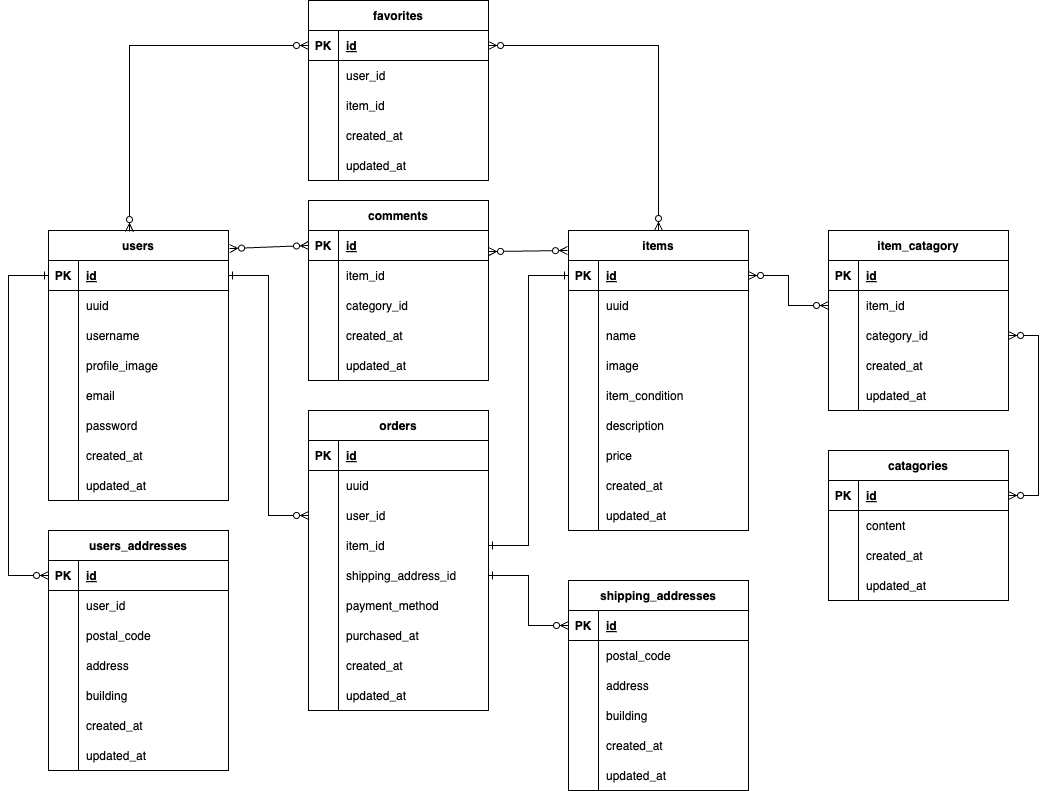
This is erd.png from Koharu5810/flea_market, a draw.io export, as it was before one commit. Source tidied: cells renumbered, new cells last; positions are measured from the earlier drawing's top-left corner, leaving out a move shared by most shapes.
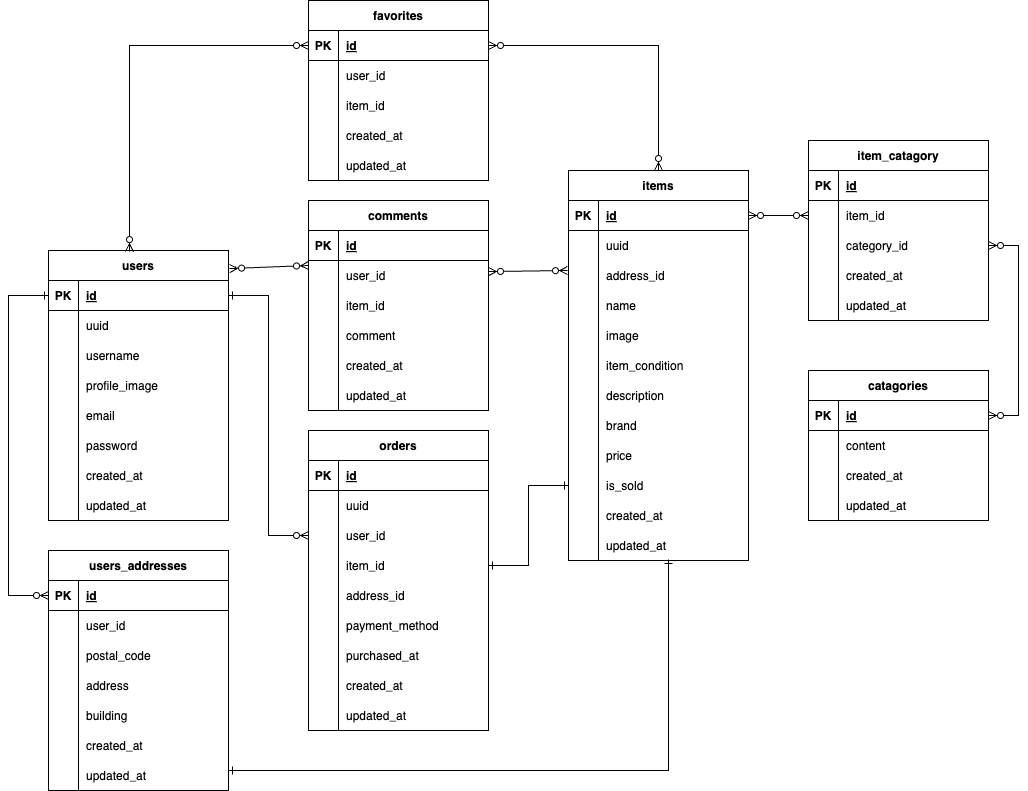
The same diagram one commit later.

The edit, as a diff of the source:
```diff
@@ -2,68 +2,8 @@
   <root>
     <mxCell id="0" />
     <mxCell id="1" parent="0" />
-    <mxCell id="2" value="shipping_addresses" style="shape=table;startSize=30;rowLines=0;fontStyle=1;align=center;" parent="1" vertex="1">
-      <mxGeometry x="560" y="580" width="180" height="210" as="geometry" />
-    </mxCell>
-    <mxCell id="3" style="shape=tableRow;horizontal=0;startSize=0;swimlaneHead=0;swimlaneBody=0;fillColor=none;points=[[0,0.5],[1,0.5]];portConstraint=eastwest;top=0;left=0;right=0;bottom=1;" parent="2" vertex="1">
-      <mxGeometry y="30" width="180" height="30" as="geometry" />
-    </mxCell>
-    <mxCell id="4" value="PK" style="shape=partialRectangle;fillColor=none;top=0;left=0;bottom=0;right=0;fontStyle=1;overflow=hidden;" parent="3" vertex="1">
-      <mxGeometry width="30" height="30" as="geometry" />
-    </mxCell>
-    <mxCell id="5" value="id" style="shape=partialRectangle;fillColor=none;top=0;left=0;bottom=0;right=0;align=left;spacingLeft=6;fontStyle=5;overflow=hidden;" parent="3" vertex="1">
-      <mxGeometry x="30" width="150" height="30" as="geometry" />
-    </mxCell>
-    <mxCell id="6" style="shape=tableRow;horizontal=0;startSize=0;swimlaneHead=0;swimlaneBody=0;fillColor=none;top=0;left=0;right=0;bottom=0;" parent="2" vertex="1">
-      <mxGeometry y="60" width="180" height="30" as="geometry" />
-    </mxCell>
-    <mxCell id="7" style="shape=partialRectangle;fillColor=none;top=0;left=0;bottom=0;right=0;overflow=hidden;" parent="6" vertex="1">
-      <mxGeometry width="30" height="30" as="geometry" />
-    </mxCell>
-    <mxCell id="8" value="postal_code" style="shape=partialRectangle;fillColor=none;top=0;left=0;bottom=0;right=0;align=left;spacingLeft=6;overflow=hidden;" parent="6" vertex="1">
-      <mxGeometry x="30" width="150" height="30" as="geometry" />
-    </mxCell>
-    <mxCell id="9" style="shape=tableRow;horizontal=0;startSize=0;swimlaneHead=0;swimlaneBody=0;fillColor=none;top=0;left=0;right=0;bottom=0;" parent="2" vertex="1">
-      <mxGeometry y="90" width="180" height="30" as="geometry" />
-    </mxCell>
-    <mxCell id="10" style="shape=partialRectangle;fillColor=none;top=0;left=0;bottom=0;right=0;overflow=hidden;" parent="9" vertex="1">
-      <mxGeometry width="30" height="30" as="geometry" />
-    </mxCell>
-    <mxCell id="11" value="address" style="shape=partialRectangle;fillColor=none;top=0;left=0;bottom=0;right=0;align=left;spacingLeft=6;overflow=hidden;" parent="9" vertex="1">
-      <mxGeometry x="30" width="150" height="30" as="geometry" />
-    </mxCell>
-    <mxCell id="12" style="shape=tableRow;horizontal=0;startSize=0;swimlaneHead=0;swimlaneBody=0;fillColor=none;top=0;left=0;right=0;bottom=0;" parent="2" vertex="1">
-      <mxGeometry y="120" width="180" height="30" as="geometry" />
-    </mxCell>
-    <mxCell id="13" style="shape=partialRectangle;fillColor=none;top=0;left=0;bottom=0;right=0;overflow=hidden;" parent="12" vertex="1">
-      <mxGeometry width="30" height="30" as="geometry" />
-    </mxCell>
-    <mxCell id="14" value="building" style="shape=partialRectangle;fillColor=none;top=0;left=0;bottom=0;right=0;align=left;spacingLeft=6;overflow=hidden;" parent="12" vertex="1">
-      <mxGeometry x="30" width="150" height="30" as="geometry" />
-    </mxCell>
-    <mxCell id="15" style="shape=tableRow;horizontal=0;startSize=0;swimlaneHead=0;swimlaneBody=0;fillColor=none;top=0;left=0;right=0;bottom=0;" parent="2" vertex="1">
-      <mxGeometry y="150" width="180" height="30" as="geometry" />
-    </mxCell>
-    <mxCell id="16" style="shape=partialRectangle;fillColor=none;top=0;left=0;bottom=0;right=0;overflow=hidden;" parent="15" vertex="1">
-      <mxGeometry width="30" height="30" as="geometry" />
-    </mxCell>
-    <mxCell id="17" value="created_at" style="shape=partialRectangle;fillColor=none;top=0;left=0;bottom=0;right=0;align=left;spacingLeft=6;overflow=hidden;" parent="15" vertex="1">
-      <mxGeometry x="30" width="150" height="30" as="geometry" />
-    </mxCell>
-    <mxCell id="18" style="shape=tableRow;horizontal=0;startSize=0;swimlaneHead=0;swimlaneBody=0;fillColor=none;top=0;left=0;right=0;bottom=0;" parent="2" vertex="1">
-      <mxGeometry y="180" width="180" height="30" as="geometry" />
-    </mxCell>
-    <mxCell id="19" style="shape=partialRectangle;fillColor=none;top=0;left=0;bottom=0;right=0;overflow=hidden;" parent="18" vertex="1">
-      <mxGeometry width="30" height="30" as="geometry" />
-    </mxCell>
-    <mxCell id="20" value="updated_at" style="shape=partialRectangle;fillColor=none;top=0;left=0;bottom=0;right=0;align=left;spacingLeft=6;overflow=hidden;" parent="18" vertex="1">
-      <mxGeometry x="30" width="150" height="30" as="geometry" />
-    </mxCell>
-    <mxCell id="21" style="edgeStyle=orthogonalEdgeStyle;fontSize=12;html=1;endArrow=ERzeroToMany;startArrow=ERone;entryX=0;entryY=0.5;entryDx=0;entryDy=0;exitX=1;exitY=0.5;exitDx=0;exitDy=0;rounded=0;endFill=0;startFill=0;" parent="1" edge="1" source="136" target="3">
-      <mxGeometry relative="1" as="geometry" />
-    </mxCell>
     <mxCell id="22" value="catagories" style="shape=table;startSize=30;rowLines=0;fontStyle=1;align=center;" parent="1" vertex="1">
-      <mxGeometry x="820" y="450" width="180" height="150" as="geometry" />
+      <mxGeometry x="800" y="350" width="180" height="150" as="geometry" />
     </mxCell>
     <mxCell id="23" style="shape=tableRow;horizontal=0;startSize=0;swimlaneHead=0;swimlaneBody=0;fillColor=none;points=[[0,0.5],[1,0.5]];portConstraint=eastwest;top=0;left=0;right=0;bottom=1;" parent="22" vertex="1">
       <mxGeometry y="30" width="180" height="30" as="geometry" />
@@ -104,16 +44,16 @@
     <mxCell id="35" style="edgeStyle=orthogonalEdgeStyle;html=1;exitX=1;exitY=0.5;exitDx=0;exitDy=0;entryX=1;entryY=0.5;entryDx=0;entryDy=0;startArrow=ERzeroToMany;startFill=0;endArrow=ERzeroToMany;endFill=0;rounded=0;" parent="1" edge="1" source="72" target="23">
       <mxGeometry relative="1" as="geometry">
         <Array as="points">
-          <mxPoint x="1030" y="335" />
-          <mxPoint x="1030" y="495" />
+          <mxPoint x="1010" y="225" />
+          <mxPoint x="1010" y="395" />
         </Array>
       </mxGeometry>
     </mxCell>
-    <mxCell id="36" style="edgeStyle=orthogonalEdgeStyle;html=1;exitX=1;exitY=0.5;exitDx=0;exitDy=0;entryX=0;entryY=0.5;entryDx=0;entryDy=0;startArrow=ERone;startFill=0;endArrow=ERone;endFill=0;rounded=0;" parent="1" edge="1" source="133" target="38">
+    <mxCell id="36" style="edgeStyle=orthogonalEdgeStyle;html=1;exitX=1;exitY=0.5;exitDx=0;exitDy=0;entryX=0;entryY=0.5;entryDx=0;entryDy=0;startArrow=ERone;startFill=0;endArrow=ERone;endFill=0;rounded=0;" parent="1" edge="1" source="133" target="200">
       <mxGeometry relative="1" as="geometry" />
     </mxCell>
     <mxCell id="37" value="items" style="shape=table;startSize=30;rowLines=0;fontStyle=1;align=center;" parent="1" vertex="1">
-      <mxGeometry x="560" y="230" width="180" height="300" as="geometry" />
+      <mxGeometry x="560" y="150" width="180" height="390" as="geometry" />
     </mxCell>
     <mxCell id="38" style="shape=tableRow;horizontal=0;startSize=0;swimlaneHead=0;swimlaneBody=0;fillColor=none;points=[[0,0.5],[1,0.5]];portConstraint=eastwest;top=0;left=0;right=0;bottom=1;" parent="37" vertex="1">
       <mxGeometry y="30" width="180" height="30" as="geometry" />
@@ -133,8 +73,17 @@
     <mxCell id="43" value="uuid" style="shape=partialRectangle;fillColor=none;top=0;left=0;bottom=0;right=0;align=left;spacingLeft=6;overflow=hidden;" parent="41" vertex="1">
       <mxGeometry x="30" width="150" height="30" as="geometry" />
     </mxCell>
+    <mxCell id="9" style="shape=tableRow;horizontal=0;startSize=0;swimlaneHead=0;swimlaneBody=0;fillColor=none;top=0;left=0;right=0;bottom=0;" parent="37" vertex="1">
+      <mxGeometry y="90" width="180" height="30" as="geometry" />
+    </mxCell>
+    <mxCell id="195" style="shape=partialRectangle;fillColor=none;top=0;left=0;bottom=0;right=0;overflow=hidden;" parent="9" vertex="1">
+      <mxGeometry width="30" height="30" as="geometry" />
+    </mxCell>
+    <mxCell id="196" value="address_id" style="shape=partialRectangle;fillColor=none;top=0;left=0;bottom=0;right=0;align=left;spacingLeft=6;overflow=hidden;" parent="9" vertex="1">
+      <mxGeometry x="30" width="150" height="30" as="geometry" />
+    </mxCell>
     <mxCell id="44" style="shape=tableRow;horizontal=0;startSize=0;swimlaneHead=0;swimlaneBody=0;fillColor=none;top=0;left=0;right=0;bottom=0;" parent="37" vertex="1">
-      <mxGeometry y="90" width="180" height="30" as="geometry" />
+      <mxGeometry y="120" width="180" height="30" as="geometry" />
     </mxCell>
     <mxCell id="45" style="shape=partialRectangle;fillColor=none;top=0;left=0;bottom=0;right=0;overflow=hidden;" parent="44" vertex="1">
       <mxGeometry width="30" height="30" as="geometry" />
@@ -143,7 +92,7 @@
       <mxGeometry x="30" width="150" height="30" as="geometry" />
     </mxCell>
     <mxCell id="47" style="shape=tableRow;horizontal=0;startSize=0;swimlaneHead=0;swimlaneBody=0;fillColor=none;top=0;left=0;right=0;bottom=0;" parent="37" vertex="1">
-      <mxGeometry y="120" width="180" height="30" as="geometry" />
+      <mxGeometry y="150" width="180" height="30" as="geometry" />
     </mxCell>
     <mxCell id="48" style="shape=partialRectangle;fillColor=none;top=0;left=0;bottom=0;right=0;overflow=hidden;" parent="47" vertex="1">
       <mxGeometry width="30" height="30" as="geometry" />
@@ -152,7 +101,7 @@
       <mxGeometry x="30" width="150" height="30" as="geometry" />
     </mxCell>
     <mxCell id="50" style="shape=tableRow;horizontal=0;startSize=0;swimlaneHead=0;swimlaneBody=0;fillColor=none;top=0;left=0;right=0;bottom=0;" parent="37" vertex="1">
-      <mxGeometry y="150" width="180" height="30" as="geometry" />
+      <mxGeometry y="180" width="180" height="30" as="geometry" />
     </mxCell>
     <mxCell id="51" style="shape=partialRectangle;fillColor=none;top=0;left=0;bottom=0;right=0;overflow=hidden;" parent="50" vertex="1">
       <mxGeometry width="30" height="30" as="geometry" />
@@ -161,7 +110,7 @@
       <mxGeometry x="30" width="150" height="30" as="geometry" />
     </mxCell>
     <mxCell id="53" style="shape=tableRow;horizontal=0;startSize=0;swimlaneHead=0;swimlaneBody=0;fillColor=none;top=0;left=0;right=0;bottom=0;" parent="37" vertex="1">
-      <mxGeometry y="180" width="180" height="30" as="geometry" />
+      <mxGeometry y="210" width="180" height="30" as="geometry" />
     </mxCell>
     <mxCell id="54" style="shape=partialRectangle;fillColor=none;top=0;left=0;bottom=0;right=0;overflow=hidden;" parent="53" vertex="1">
       <mxGeometry width="30" height="30" as="geometry" />
@@ -169,8 +118,17 @@
     <mxCell id="55" value="description" style="shape=partialRectangle;fillColor=none;top=0;left=0;bottom=0;right=0;align=left;spacingLeft=6;overflow=hidden;" parent="53" vertex="1">
       <mxGeometry x="30" width="150" height="30" as="geometry" />
     </mxCell>
+    <mxCell id="197" style="shape=tableRow;horizontal=0;startSize=0;swimlaneHead=0;swimlaneBody=0;fillColor=none;top=0;left=0;right=0;bottom=0;" parent="37" vertex="1">
+      <mxGeometry y="240" width="180" height="30" as="geometry" />
+    </mxCell>
+    <mxCell id="198" style="shape=partialRectangle;fillColor=none;top=0;left=0;bottom=0;right=0;overflow=hidden;" parent="197" vertex="1">
+      <mxGeometry width="30" height="30" as="geometry" />
+    </mxCell>
+    <mxCell id="199" value="brand" style="shape=partialRectangle;fillColor=none;top=0;left=0;bottom=0;right=0;align=left;spacingLeft=6;overflow=hidden;" parent="197" vertex="1">
+      <mxGeometry x="30" width="150" height="30" as="geometry" />
+    </mxCell>
     <mxCell id="56" style="shape=tableRow;horizontal=0;startSize=0;swimlaneHead=0;swimlaneBody=0;fillColor=none;top=0;left=0;right=0;bottom=0;" parent="37" vertex="1">
-      <mxGeometry y="210" width="180" height="30" as="geometry" />
+      <mxGeometry y="270" width="180" height="30" as="geometry" />
     </mxCell>
     <mxCell id="57" style="shape=partialRectangle;fillColor=none;top=0;left=0;bottom=0;right=0;overflow=hidden;" parent="56" vertex="1">
       <mxGeometry width="30" height="30" as="geometry" />
@@ -178,8 +136,17 @@
     <mxCell id="58" value="price" style="shape=partialRectangle;fillColor=none;top=0;left=0;bottom=0;right=0;align=left;spacingLeft=6;overflow=hidden;" parent="56" vertex="1">
       <mxGeometry x="30" width="150" height="30" as="geometry" />
     </mxCell>
+    <mxCell id="200" style="shape=tableRow;horizontal=0;startSize=0;swimlaneHead=0;swimlaneBody=0;fillColor=none;points=[[0,0.5],[1,0.5]];portConstraint=eastwest;top=0;left=0;right=0;bottom=0;" parent="37" vertex="1">
+      <mxGeometry y="300" width="180" height="30" as="geometry" />
+    </mxCell>
+    <mxCell id="201" style="shape=partialRectangle;fillColor=none;top=0;left=0;bottom=0;right=0;overflow=hidden;" parent="200" vertex="1">
+      <mxGeometry width="30" height="30" as="geometry" />
+    </mxCell>
+    <mxCell id="202" value="is_sold" style="shape=partialRectangle;fillColor=none;top=0;left=0;bottom=0;right=0;align=left;spacingLeft=6;overflow=hidden;" parent="200" vertex="1">
+      <mxGeometry x="30" width="150" height="30" as="geometry" />
+    </mxCell>
     <mxCell id="59" style="shape=tableRow;horizontal=0;startSize=0;swimlaneHead=0;swimlaneBody=0;fillColor=none;top=0;left=0;right=0;bottom=0;" parent="37" vertex="1">
-      <mxGeometry y="240" width="180" height="30" as="geometry" />
+      <mxGeometry y="330" width="180" height="30" as="geometry" />
     </mxCell>
     <mxCell id="60" style="shape=partialRectangle;fillColor=none;top=0;left=0;bottom=0;right=0;overflow=hidden;" parent="59" vertex="1">
       <mxGeometry width="30" height="30" as="geometry" />
@@ -188,7 +155,7 @@
       <mxGeometry x="30" width="150" height="30" as="geometry" />
     </mxCell>
     <mxCell id="62" style="shape=tableRow;horizontal=0;startSize=0;swimlaneHead=0;swimlaneBody=0;fillColor=none;points=[[0,0.5],[1,0.5]];portConstraint=eastwest;top=0;left=0;right=0;bottom=0;" parent="37" vertex="1">
-      <mxGeometry y="270" width="180" height="30" as="geometry" />
+      <mxGeometry y="360" width="180" height="30" as="geometry" />
     </mxCell>
     <mxCell id="63" style="shape=partialRectangle;fillColor=none;top=0;left=0;bottom=0;right=0;overflow=hidden;" parent="62" vertex="1">
       <mxGeometry width="30" height="30" as="geometry" />
@@ -197,7 +164,7 @@
       <mxGeometry x="30" width="150" height="30" as="geometry" />
     </mxCell>
     <mxCell id="65" value="item_catagory" style="shape=table;startSize=30;rowLines=0;fontStyle=1;align=center;" parent="1" vertex="1">
-      <mxGeometry x="820" y="230" width="180" height="180" as="geometry" />
+      <mxGeometry x="800" y="120" width="180" height="180" as="geometry" />
     </mxCell>
     <mxCell id="66" style="shape=tableRow;horizontal=0;startSize=0;swimlaneHead=0;swimlaneBody=0;fillColor=none;top=0;left=0;right=0;bottom=1;" parent="65" vertex="1">
       <mxGeometry y="30" width="180" height="30" as="geometry" />
@@ -248,7 +215,7 @@
       <mxGeometry relative="1" as="geometry" />
     </mxCell>
     <mxCell id="82" value="comments" style="shape=table;startSize=30;rowLines=0;fontStyle=1;align=center;" parent="1" vertex="1">
-      <mxGeometry x="300" y="200" width="180" height="180" as="geometry" />
+      <mxGeometry x="300" y="180" width="180" height="210" as="geometry" />
     </mxCell>
     <mxCell id="83" style="shape=tableRow;horizontal=0;startSize=0;swimlaneHead=0;swimlaneBody=0;fillColor=none;top=0;left=0;right=0;bottom=1;" parent="82" vertex="1">
       <mxGeometry y="30" width="180" height="30" as="geometry" />
@@ -265,7 +232,7 @@
     <mxCell id="87" style="shape=partialRectangle;fillColor=none;top=0;left=0;bottom=0;right=0;overflow=hidden;" parent="86" vertex="1">
       <mxGeometry width="30" height="30" as="geometry" />
     </mxCell>
-    <mxCell id="88" value="item_id" style="shape=partialRectangle;fillColor=none;top=0;left=0;bottom=0;right=0;align=left;spacingLeft=6;overflow=hidden;" parent="86" vertex="1">
+    <mxCell id="88" value="user_id" style="shape=partialRectangle;fillColor=none;top=0;left=0;bottom=0;right=0;align=left;spacingLeft=6;overflow=hidden;" parent="86" vertex="1">
       <mxGeometry x="30" width="150" height="30" as="geometry" />
     </mxCell>
     <mxCell id="89" style="shape=tableRow;horizontal=0;startSize=0;swimlaneHead=0;swimlaneBody=0;fillColor=none;top=0;left=0;right=0;bottom=0;" parent="82" vertex="1">
@@ -274,11 +241,20 @@
     <mxCell id="90" style="shape=partialRectangle;fillColor=none;top=0;left=0;bottom=0;right=0;overflow=hidden;" parent="89" vertex="1">
       <mxGeometry width="30" height="30" as="geometry" />
     </mxCell>
-    <mxCell id="91" value="category_id" style="shape=partialRectangle;fillColor=none;top=0;left=0;bottom=0;right=0;align=left;spacingLeft=6;overflow=hidden;" parent="89" vertex="1">
+    <mxCell id="91" value="item_id" style="shape=partialRectangle;fillColor=none;top=0;left=0;bottom=0;right=0;align=left;spacingLeft=6;overflow=hidden;" parent="89" vertex="1">
       <mxGeometry x="30" width="150" height="30" as="geometry" />
     </mxCell>
+    <mxCell id="12" style="shape=tableRow;horizontal=0;startSize=0;swimlaneHead=0;swimlaneBody=0;fillColor=none;top=0;left=0;right=0;bottom=0;" parent="82" vertex="1">
+      <mxGeometry y="120" width="180" height="30" as="geometry" />
+    </mxCell>
+    <mxCell id="203" style="shape=partialRectangle;fillColor=none;top=0;left=0;bottom=0;right=0;overflow=hidden;" parent="12" vertex="1">
+      <mxGeometry width="30" height="30" as="geometry" />
+    </mxCell>
+    <mxCell id="204" value="comment" style="shape=partialRectangle;fillColor=none;top=0;left=0;bottom=0;right=0;align=left;spacingLeft=6;overflow=hidden;" parent="12" vertex="1">
+      <mxGeometry x="30" width="150" height="30" as="geometry" />
+    </mxCell>
     <mxCell id="92" style="shape=tableRow;horizontal=0;startSize=0;swimlaneHead=0;swimlaneBody=0;fillColor=none;top=0;left=0;right=0;bottom=0;" parent="82" vertex="1">
-      <mxGeometry y="120" width="180" height="30" as="geometry" />
+      <mxGeometry y="150" width="180" height="30" as="geometry" />
     </mxCell>
     <mxCell id="93" style="shape=partialRectangle;fillColor=none;top=0;left=0;bottom=0;right=0;overflow=hidden;" parent="92" vertex="1">
       <mxGeometry width="30" height="30" as="geometry" />
@@ -287,7 +263,7 @@
       <mxGeometry x="30" width="150" height="30" as="geometry" />
     </mxCell>
     <mxCell id="95" style="shape=tableRow;horizontal=0;startSize=0;swimlaneHead=0;swimlaneBody=0;fillColor=none;top=0;left=0;right=0;bottom=0;" parent="82" vertex="1">
-      <mxGeometry y="150" width="180" height="30" as="geometry" />
+      <mxGeometry y="180" width="180" height="30" as="geometry" />
     </mxCell>
     <mxCell id="96" style="shape=partialRectangle;fillColor=none;top=0;left=0;bottom=0;right=0;overflow=hidden;" parent="95" vertex="1">
       <mxGeometry width="30" height="30" as="geometry" />
@@ -415,7 +391,7 @@
     <mxCell id="137" style="shape=partialRectangle;fillColor=none;top=0;left=0;bottom=0;right=0;overflow=hidden;" parent="136" vertex="1">
       <mxGeometry width="30" height="30" as="geometry" />
     </mxCell>
-    <mxCell id="138" value="shipping_address_id" style="shape=partialRectangle;fillColor=none;top=0;left=0;bottom=0;right=0;align=left;spacingLeft=6;overflow=hidden;" parent="136" vertex="1">
+    <mxCell id="138" value="address_id" style="shape=partialRectangle;fillColor=none;top=0;left=0;bottom=0;right=0;align=left;spacingLeft=6;overflow=hidden;" parent="136" vertex="1">
       <mxGeometry x="30" width="150" height="30" as="geometry" />
     </mxCell>
     <mxCell id="139" style="shape=tableRow;horizontal=0;startSize=0;swimlaneHead=0;swimlaneBody=0;fillColor=none;top=0;left=0;right=0;bottom=0;" parent="123" vertex="1">
@@ -524,7 +500,7 @@
       <mxGeometry x="30" width="150" height="30" as="geometry" />
     </mxCell>
     <mxCell id="174" value="favorites" style="shape=table;startSize=30;rowLines=0;fontStyle=1;align=center;" parent="1" vertex="1">
-      <mxGeometry x="300" width="180" height="180" as="geometry" />
+      <mxGeometry x="300" y="-20" width="180" height="180" as="geometry" />
     </mxCell>
     <mxCell id="175" style="shape=tableRow;horizontal=0;startSize=0;swimlaneHead=0;swimlaneBody=0;fillColor=none;points=[[0,0.5],[1,0.5]];portConstraint=eastwest;top=0;left=0;right=0;bottom=1;" parent="174" vertex="1">
       <mxGeometry y="30" width="180" height="30" as="geometry" />
@@ -596,5 +572,13 @@
         <mxPoint x="559" y="250" as="targetPoint" />
       </mxGeometry>
     </mxCell>
+    <mxCell id="205" style="edgeStyle=orthogonalEdgeStyle;html=1;exitX=1;exitY=0.5;exitDx=0;exitDy=0;startArrow=ERone;startFill=0;endArrow=ERone;endFill=0;rounded=0;entryX=0.556;entryY=0.967;entryDx=0;entryDy=0;entryPerimeter=0;" parent="1" edge="1" target="62">
+      <mxGeometry relative="1" as="geometry">
+        <mxPoint x="220" y="750" as="sourcePoint" />
+        <Array as="points">
+          <mxPoint x="660" y="750" />
+        </Array>
+      </mxGeometry>
+    </mxCell>
   </root>
 </mxGraphModel>
```
